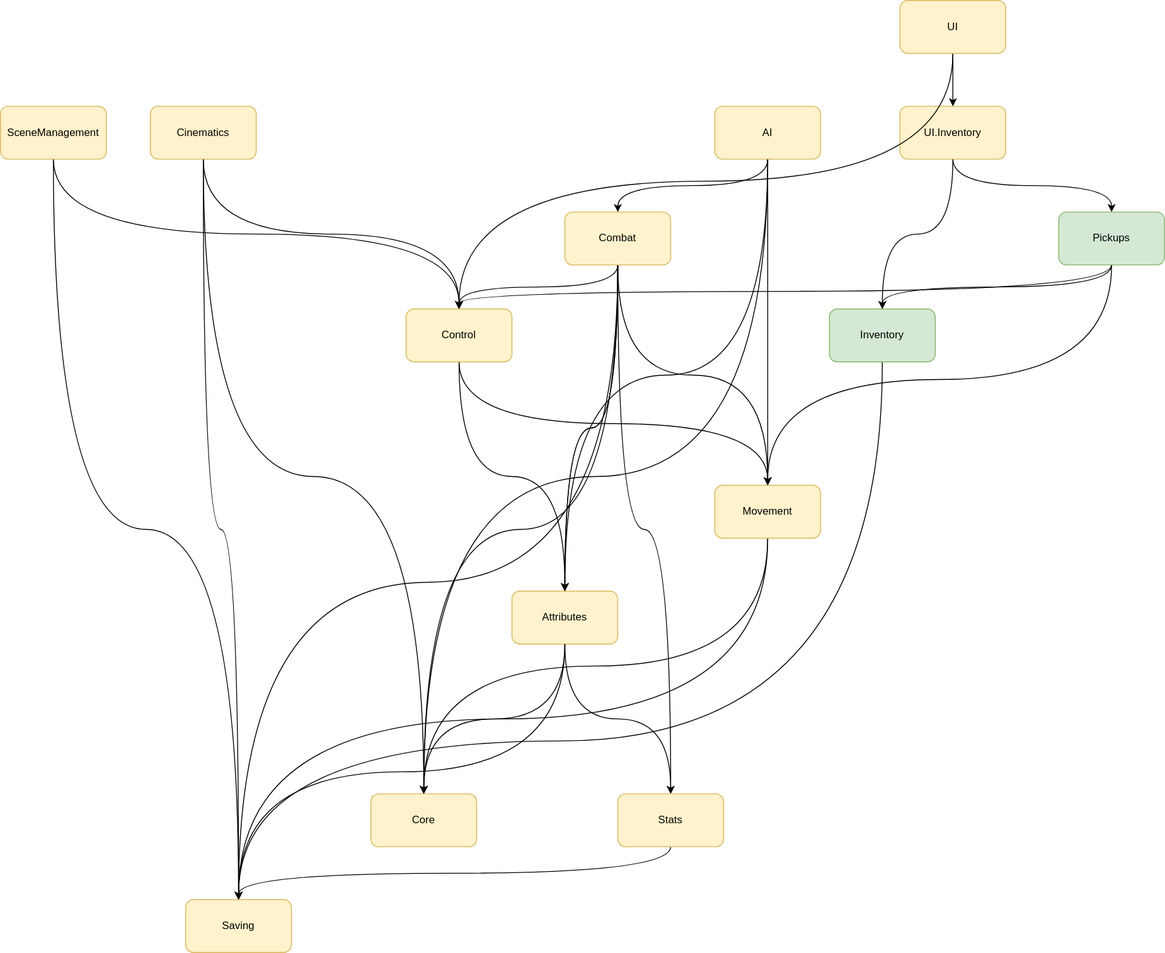
Above: Assets/Architecture/architecture.svg in ipevr/RPG-2024 (draw.io), before the change. Source tidied: cells renumbered, new cells last; positions are measured from the earlier drawing's top-left corner, leaving out a move shared by most shapes.
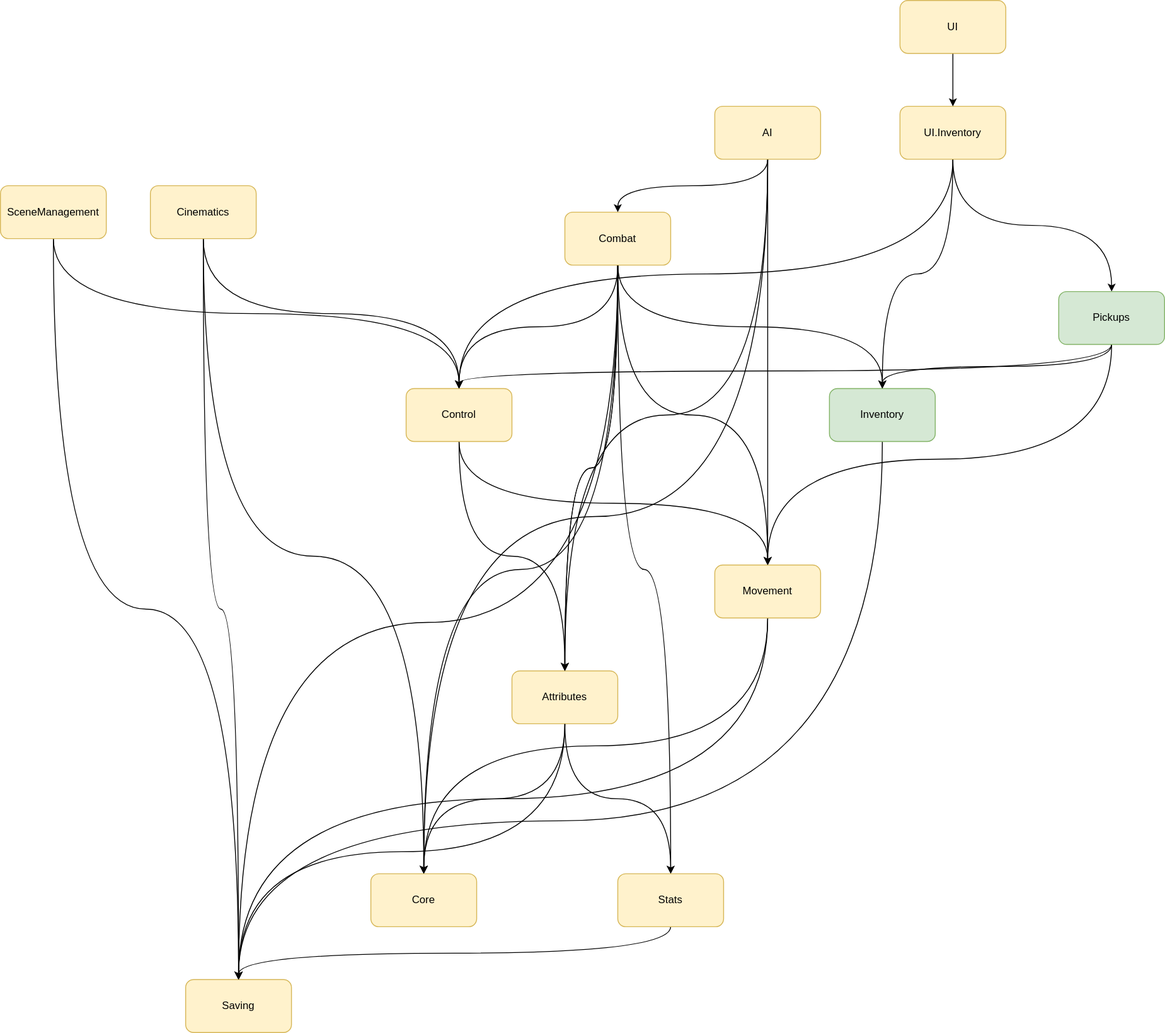
Later version of the same file.

What changed in the source:
```diff
@@ -44,8 +44,11 @@
     <mxCell id="15" style="edgeStyle=orthogonalEdgeStyle;rounded=0;jettySize=auto;html=1;exitX=0.5;exitY=1;exitDx=0;exitDy=0;entryX=0.5;entryY=0;entryDx=0;entryDy=0;curved=1;" parent="1" edge="1" source="16" target="29">
       <mxGeometry relative="1" as="geometry" />
     </mxCell>
+    <mxCell id="48" style="edgeStyle=orthogonalEdgeStyle;curved=1;rounded=0;jettySize=auto;html=1;exitX=0.5;exitY=1;exitDx=0;exitDy=0;entryX=0.5;entryY=0;entryDx=0;entryDy=0;" parent="1" edge="1" source="16" target="40">
+      <mxGeometry relative="1" as="geometry" />
+    </mxCell>
     <mxCell id="16" value="Combat" style="rounded=1;whiteSpace=wrap;html=1;fillColor=#fff2cc;strokeColor=#d6b656;" parent="1" vertex="1">
-      <mxGeometry x="640" y="240" width="120" height="60" as="geometry" />
+      <mxGeometry x="640" y="150" width="120" height="60" as="geometry" />
     </mxCell>
     <mxCell id="17" style="edgeStyle=orthogonalEdgeStyle;rounded=0;jettySize=auto;html=1;exitX=0.5;exitY=1;exitDx=0;exitDy=0;entryX=0.5;entryY=0;entryDx=0;entryDy=0;curved=1;" parent="1" edge="1" source="19" target="23">
       <mxGeometry relative="1" as="geometry" />
@@ -92,8 +95,11 @@
     <mxCell id="31" style="edgeStyle=orthogonalEdgeStyle;curved=1;rounded=0;jettySize=auto;html=1;exitX=0.5;exitY=1;exitDx=0;exitDy=0;entryX=0.5;entryY=0;entryDx=0;entryDy=0;" parent="1" edge="1" source="32" target="44">
       <mxGeometry relative="1" as="geometry" />
     </mxCell>
+    <mxCell id="49" style="edgeStyle=orthogonalEdgeStyle;curved=1;rounded=0;jettySize=auto;html=1;exitX=0.5;exitY=1;exitDx=0;exitDy=0;entryX=0.5;entryY=0;entryDx=0;entryDy=0;" parent="1" edge="1" source="32" target="19">
+      <mxGeometry relative="1" as="geometry" />
+    </mxCell>
     <mxCell id="32" value="UI.Inventory" style="rounded=1;whiteSpace=wrap;html=1;fillColor=#fff2cc;strokeColor=#d6b656;" parent="1" vertex="1">
-      <mxGeometry x="1020" y="120" width="120" height="60" as="geometry" />
+      <mxGeometry x="1020" y="30" width="120" height="60" as="geometry" />
     </mxCell>
     <mxCell id="33" style="edgeStyle=orthogonalEdgeStyle;rounded=0;jettySize=auto;html=1;exitX=0.5;exitY=1;exitDx=0;exitDy=0;entryX=0.5;entryY=0;entryDx=0;entryDy=0;curved=1;" parent="1" edge="1" source="37" target="16">
       <mxGeometry relative="1" as="geometry" />
@@ -108,7 +114,7 @@
       <mxGeometry relative="1" as="geometry" />
     </mxCell>
     <mxCell id="37" value="AI" style="rounded=1;whiteSpace=wrap;html=1;fillColor=#fff2cc;strokeColor=#d6b656;" parent="1" vertex="1">
-      <mxGeometry x="810" y="120" width="120" height="60" as="geometry" />
+      <mxGeometry x="810" y="30" width="120" height="60" as="geometry" />
     </mxCell>
     <mxCell id="38" style="edgeStyle=orthogonalEdgeStyle;rounded=0;jettySize=auto;html=1;exitX=0.5;exitY=1;exitDx=0;exitDy=0;entryX=0.5;entryY=0;entryDx=0;entryDy=0;curved=1;" parent="1" edge="1" source="4" target="24">
       <mxGeometry relative="1" as="geometry" />
@@ -149,11 +155,8 @@
     <mxCell id="45" style="edgeStyle=orthogonalEdgeStyle;curved=1;rounded=0;jettySize=auto;html=1;exitX=0.5;exitY=1;exitDx=0;exitDy=0;entryX=0.5;entryY=0;entryDx=0;entryDy=0;" parent="1" edge="1" source="47" target="32">
       <mxGeometry relative="1" as="geometry" />
     </mxCell>
-    <mxCell id="46" style="edgeStyle=orthogonalEdgeStyle;curved=1;rounded=0;jettySize=auto;html=1;exitX=0.5;exitY=1;exitDx=0;exitDy=0;entryX=0.5;entryY=0;entryDx=0;entryDy=0;" parent="1" edge="1" source="47" target="19">
-      <mxGeometry relative="1" as="geometry" />
-    </mxCell>
     <mxCell id="47" value="UI" style="rounded=1;whiteSpace=wrap;html=1;fillColor=#fff2cc;strokeColor=#d6b656;" parent="1" vertex="1">
-      <mxGeometry x="1020" width="120" height="60" as="geometry" />
+      <mxGeometry x="1020" y="-90" width="120" height="60" as="geometry" />
     </mxCell>
   </root>
 </mxGraphModel>
```
